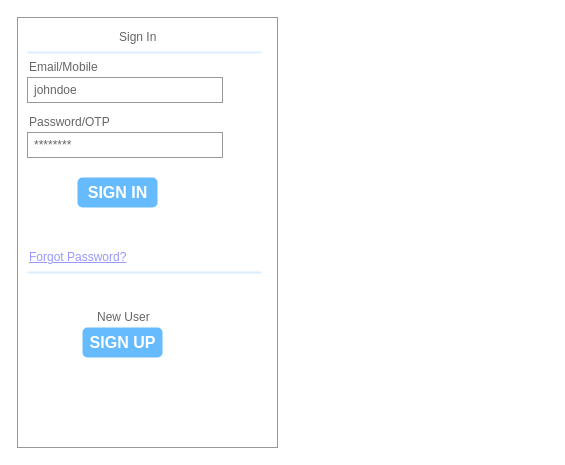
This is Untitled Diagram.drawio from OpenCv30/KaggleWheatChallenge, a draw.io file, before an edit. Source tidied: cells renumbered, new cells numbered last; positions are measured from the earlier drawing's top-left corner, leaving out a move shared by most shapes. Both pictures are drawn from the tidied source at 100%, with x=0, y=0 at pixel (17, 17).
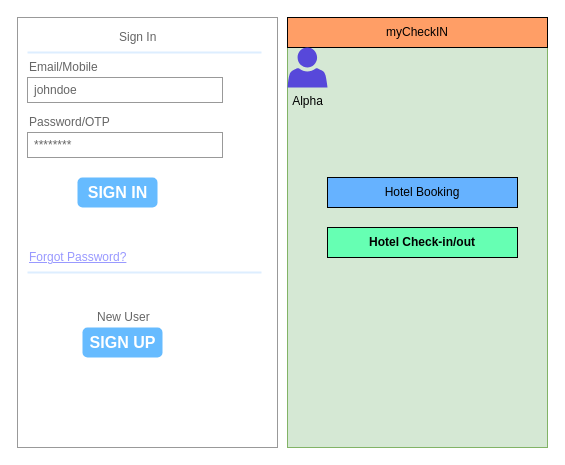
Above is the later version.

What changed in the source:
```diff
@@
+    <mxCell id="14" style="strokeWidth=1;shadow=0;dashed=0;align=center;html=1;shape=mxgraph.mockup.forms.rrect;rSize=0;strokeColor=#82b366;fillColor=#d5e8d4;" parent="1" vertex="1">
+      <mxGeometry x="270" width="260" height="430" as="geometry" />
+    </mxCell>
+    <mxCell id="15" style="strokeWidth=1;shadow=0;dashed=0;align=center;html=1;shape=mxgraph.mockup.forms.anchor;fontSize=12;fontColor=#666666;align=left;spacingLeft=0;" parent="14" vertex="1">
+      <mxGeometry width="130" height="20" relative="1" as="geometry">
+        <mxPoint x="10" y="95" as="offset" />
+      </mxGeometry>
+    </mxCell>
+    <mxCell id="16" value="Hotel Booking" style="rounded=0;whiteSpace=wrap;html=1;fillColor=#66B2FF;" parent="14" vertex="1">
+      <mxGeometry x="40" y="160" width="190" height="30" as="geometry" />
+    </mxCell>
+    <mxCell id="17" value="myCheckIN" style="rounded=0;whiteSpace=wrap;html=1;fillColor=#FF9E66;" parent="14" vertex="1">
+      <mxGeometry width="260" height="30" as="geometry" />
+    </mxCell>
+    <mxCell id="18" value="Alpha" style="shadow=0;dashed=0;html=1;strokeColor=none;labelPosition=center;verticalLabelPosition=bottom;verticalAlign=top;align=center;shape=mxgraph.office.users.user;fillColor=#5748DA;" parent="14" vertex="1">
+      <mxGeometry y="30" width="40" height="40" as="geometry" />
+    </mxCell>
+    <mxCell id="19" value="&lt;b&gt;Hotel Check-in/out&lt;/b&gt;" style="rounded=0;whiteSpace=wrap;html=1;fillColor=#66FFB3;" parent="1" vertex="1">
+      <mxGeometry x="310" y="210" width="190" height="30" as="geometry" />
+    </mxCell>
```
